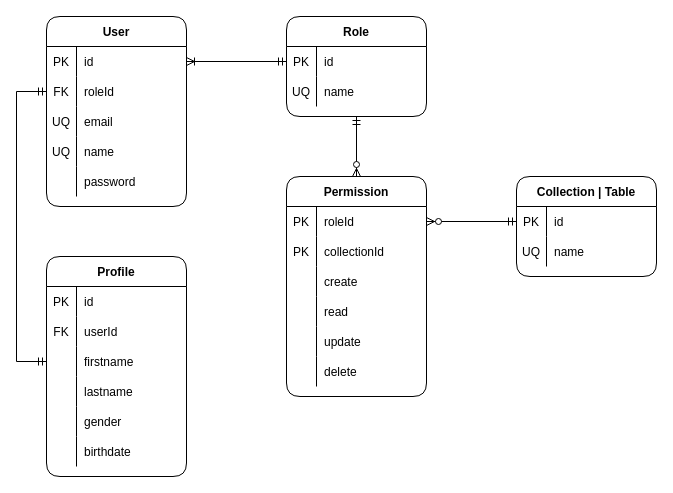
This is img/db-diagram.drawio from rubenfgr-code/bas-nest-graphql-typeorm, a draw.io file, before an edit. Source tidied: cells renumbered, new cells numbered last; positions are measured from the earlier drawing's top-left corner, leaving out a move shared by most shapes. Both pictures are drawn from the tidied source at 100%, with x=0, y=0 at pixel (16, 16).
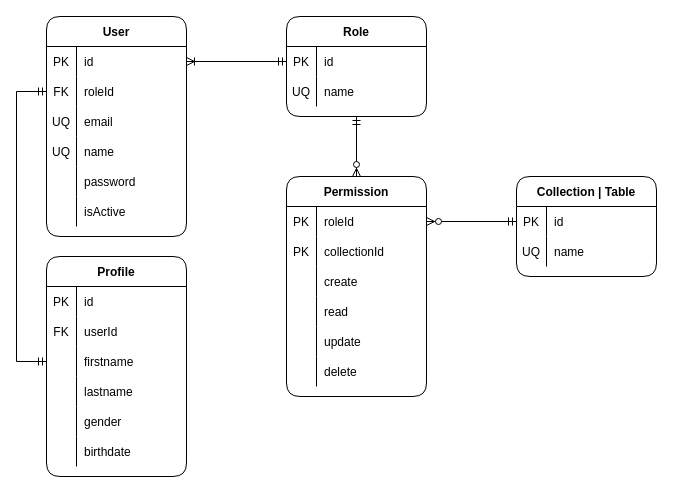
After the change.

Change to the diagram source:
```diff
@@
     <mxCell id="2" value="User" style="shape=table;startSize=30;childLayout=tableLayout;rowLines=0;fontStyle=1;align=center;rounded=1;" parent="1" vertex="1">
-      <mxGeometry x="30" width="140" height="190" as="geometry" />
+      <mxGeometry x="30" width="140" height="220" as="geometry" />
     </mxCell>
@@
+    <mxCell id="74" style="shape=partialRectangle;fillColor=none;top=0;left=0;bottom=0;right=0;" parent="2" vertex="1">
+      <mxGeometry y="180" width="140" height="30" as="geometry" />
+    </mxCell>
+    <mxCell id="75" style="shape=partialRectangle;fillColor=none;top=0;left=0;bottom=0;right=0;fontStyle=0;overflow=hidden;" parent="74" vertex="1">
+      <mxGeometry width="30" height="30" as="geometry" />
+    </mxCell>
+    <mxCell id="76" value="isActive" style="shape=partialRectangle;fillColor=none;top=0;left=0;bottom=0;right=0;align=left;spacingLeft=6;fontStyle=0;overflow=hidden;" parent="74" vertex="1">
+      <mxGeometry x="30" width="110" height="30" as="geometry" />
+    </mxCell>
```
